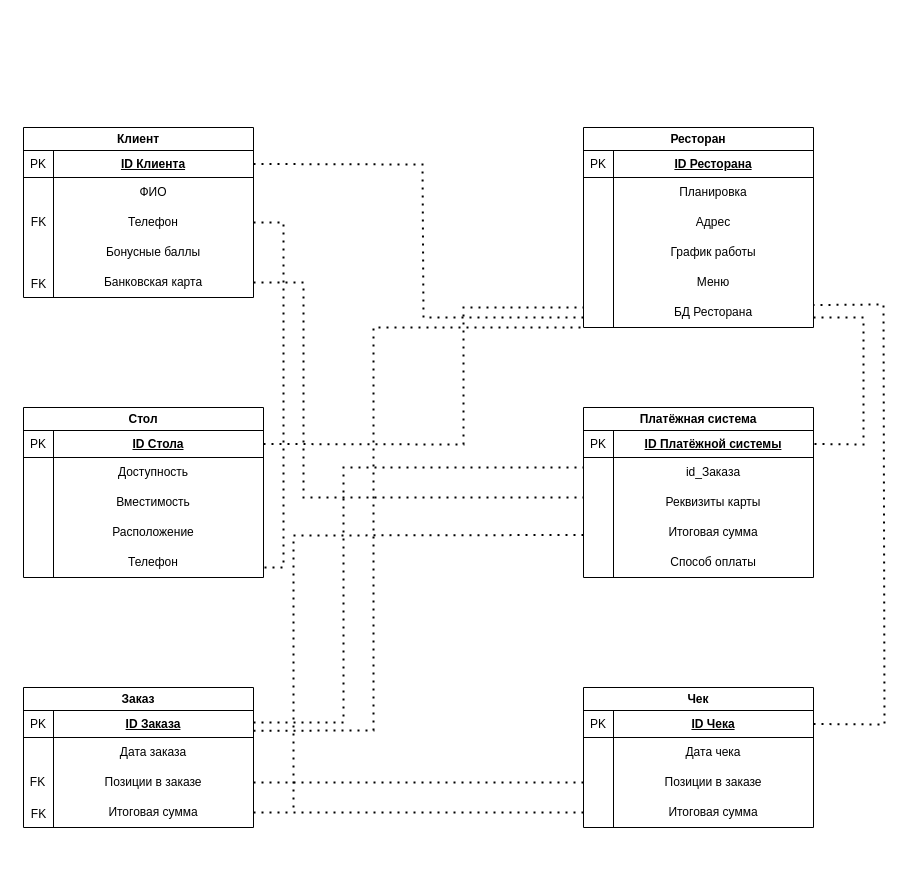
Crecker24/kursach keeps this draw.io diagram as Логическая диаграмма.drawio. Above is the earlier version. Source tidied: cells renumbered, new cells numbered last; positions are measured from the earlier drawing's top-left corner, leaving out a move shared by most shapes. Both pictures are drawn from the tidied source at 100%, with x=0, y=0 at pixel (17, 127).
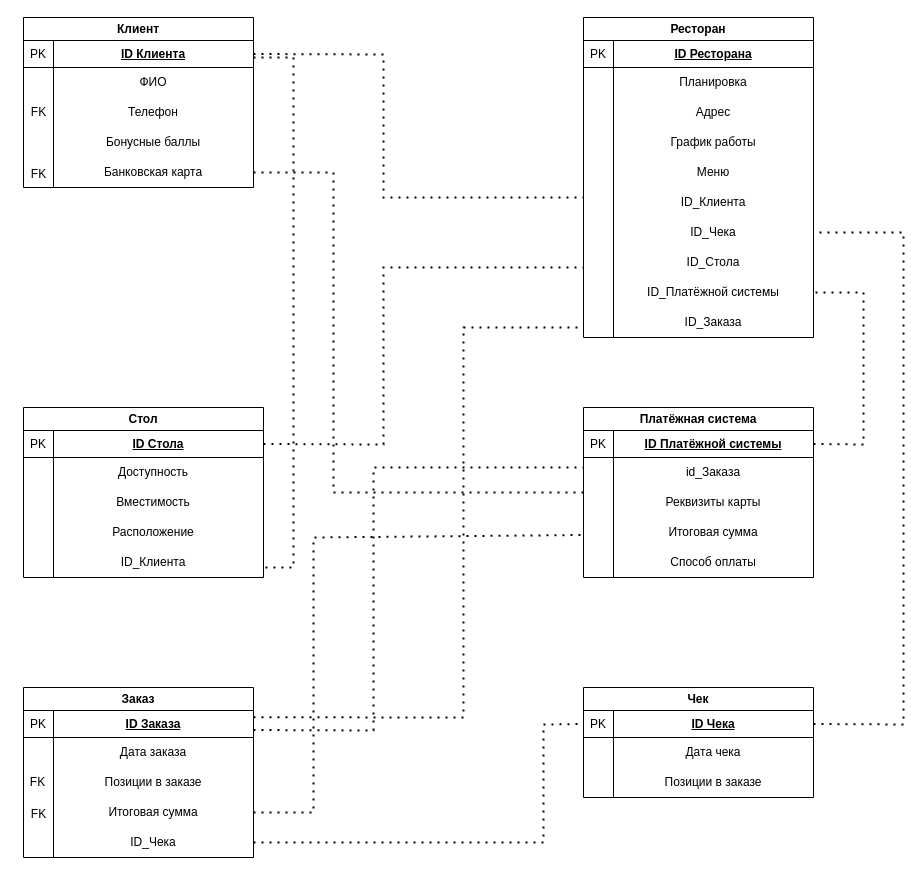
Above is the later version.

The change refers to these unchanged cells:
```xml
<mxCell id="3" value="&lt;u&gt;&lt;b&gt;ID Клиента&lt;/b&gt;&lt;/u&gt;" style="whiteSpace=wrap;html=1;strokeColor=default;" parent="2" vertex="1">
  <mxGeometry x="30" y="23" width="200" height="27" as="geometry" />
</mxCell>
<mxCell id="5" value="Телефон" style="text;html=1;align=center;verticalAlign=middle;whiteSpace=wrap;rounded=0;" parent="2" vertex="1">
  <mxGeometry x="30" y="80" width="200" height="30" as="geometry" />
</mxCell>
<mxCell id="7" value="Банковская карта" style="text;html=1;align=center;verticalAlign=middle;whiteSpace=wrap;rounded=0;" parent="2" vertex="1">
  <mxGeometry x="30" y="140" width="200" height="30" as="geometry" />
</mxCell>
<mxCell id="12" value="&lt;u&gt;&lt;b&gt;ID Заказа&lt;/b&gt;&lt;/u&gt;" style="whiteSpace=wrap;html=1;strokeColor=default;" parent="11" vertex="1">
  <mxGeometry x="30" y="23" width="200" height="27" as="geometry" />
</mxCell>
<mxCell id="14" value="Позиции в заказе" style="text;html=1;align=center;verticalAlign=middle;whiteSpace=wrap;rounded=0;" parent="11" vertex="1">
  <mxGeometry x="30" y="80" width="200" height="30" as="geometry" />
</mxCell>
<mxCell id="15" value="Итоговая сумма" style="text;html=1;align=center;verticalAlign=middle;whiteSpace=wrap;rounded=0;" parent="11" vertex="1">
  <mxGeometry x="30" y="110" width="200" height="30" as="geometry" />
</mxCell>
<mxCell id="16" value="PK" style="rounded=0;whiteSpace=wrap;html=1;" parent="1" vertex="1">
  <mxGeometry x="6" y="583" width="30" height="27" as="geometry" />
</mxCell>
<mxCell id="28" value="&lt;u&gt;&lt;b&gt;ID Чека&lt;/b&gt;&lt;/u&gt;" style="whiteSpace=wrap;html=1;strokeColor=default;" parent="27" vertex="1">
  <mxGeometry x="30" y="23" width="200" height="27" as="geometry" />
</mxCell>
<mxCell id="32" value="PK" style="rounded=0;whiteSpace=wrap;html=1;" parent="1" vertex="1">
  <mxGeometry x="566" y="583" width="30" height="27" as="geometry" />
</mxCell>
<mxCell id="34" value="Стол" style="swimlane;whiteSpace=wrap;html=1;" parent="1" vertex="1">
  <mxGeometry x="6" y="280" width="240" height="170" as="geometry" />
</mxCell>
<mxCell id="35" value="&lt;u&gt;&lt;b&gt;ID Стола&lt;/b&gt;&lt;/u&gt;" style="whiteSpace=wrap;html=1;strokeColor=default;" parent="34" vertex="1">
  <mxGeometry x="30" y="23" width="210" height="27" as="geometry" />
</mxCell>
<mxCell id="42" value="Платёжная система" style="swimlane;whiteSpace=wrap;html=1;" parent="1" vertex="1">
  <mxGeometry x="566" y="280" width="230" height="170" as="geometry" />
</mxCell>
<mxCell id="43" value="&lt;u&gt;&lt;b&gt;ID Платёжной системы&lt;/b&gt;&lt;/u&gt;" style="whiteSpace=wrap;html=1;strokeColor=default;" parent="42" vertex="1">
  <mxGeometry x="30" y="23" width="200" height="27" as="geometry" />
</mxCell>
```

Diff of the diagram source:
```diff
@@
     <mxCell id="2" value="Клиент" style="swimlane;whiteSpace=wrap;html=1;" parent="1" vertex="1">
-      <mxGeometry x="6" width="230" height="170" as="geometry" />
+      <mxGeometry x="6" y="-110" width="230" height="170" as="geometry" />
     </mxCell>
@@
     <mxCell id="9" value="PK" style="rounded=0;whiteSpace=wrap;html=1;" parent="1" vertex="1">
-      <mxGeometry x="6" y="23" width="30" height="27" as="geometry" />
+      <mxGeometry x="6" y="-87" width="30" height="27" as="geometry" />
     </mxCell>
     <mxCell id="10" style="endArrow=none;html=1;rounded=0;entryX=1;entryY=0;entryDx=0;entryDy=0;" parent="1" edge="1" target="9">
       <mxGeometry relative="1" as="geometry">
-        <mxPoint x="36" y="170" as="sourcePoint" />
+        <mxPoint x="36" y="60" as="sourcePoint" />
       </mxGeometry>
     </mxCell>
     <mxCell id="11" value="Заказ" style="swimlane;whiteSpace=wrap;html=1;" parent="1" vertex="1">
-      <mxGeometry x="6" y="560" width="230" height="140" as="geometry" />
+      <mxGeometry x="6" y="560" width="230" height="170" as="geometry" />
     </mxCell>
@@
+    <mxCell id="64" value="ID_Чека" style="text;html=1;align=center;verticalAlign=middle;whiteSpace=wrap;rounded=0;" parent="11" vertex="1">
+      <mxGeometry x="30" y="140" width="200" height="30" as="geometry" />
+    </mxCell>
@@
     <mxCell id="17" style="endArrow=none;html=1;rounded=0;entryX=1;entryY=0;entryDx=0;entryDy=0;" parent="1" edge="1" target="16">
       <mxGeometry relative="1" as="geometry">
-        <mxPoint x="36" y="700" as="sourcePoint" />
+        <mxPoint x="36" y="730" as="sourcePoint" />
       </mxGeometry>
     </mxCell>
     <mxCell id="18" value="Ресторан" style="swimlane;whiteSpace=wrap;html=1;" parent="1" vertex="1">
-      <mxGeometry x="566" width="230" height="200" as="geometry" />
+      <mxGeometry x="566" y="-110" width="230" height="320" as="geometry" />
     </mxCell>
@@
-    <mxCell id="24" value="БД Ресторана" style="text;html=1;align=center;verticalAlign=middle;whiteSpace=wrap;rounded=0;" parent="18" vertex="1">
-      <mxGeometry x="30" y="170" width="200" height="30" as="geometry" />
-    </mxCell>
+    <mxCell id="65" value="ID_Клиента" style="text;html=1;align=center;verticalAlign=middle;whiteSpace=wrap;rounded=0;" parent="18" vertex="1">
+      <mxGeometry x="30" y="170" width="200" height="30" as="geometry" />
+    </mxCell>
+    <mxCell id="66" value="ID_Платёжной системы" style="text;html=1;align=center;verticalAlign=middle;whiteSpace=wrap;rounded=0;" parent="18" vertex="1">
+      <mxGeometry x="30" y="260" width="200" height="30" as="geometry" />
+    </mxCell>
+    <mxCell id="67" value="ID_Стола" style="text;html=1;align=center;verticalAlign=middle;whiteSpace=wrap;rounded=0;" parent="18" vertex="1">
+      <mxGeometry x="30" y="230" width="200" height="30" as="geometry" />
+    </mxCell>
+    <mxCell id="68" value="ID_Чека" style="text;html=1;align=center;verticalAlign=middle;whiteSpace=wrap;rounded=0;" parent="18" vertex="1">
+      <mxGeometry x="30" y="200" width="200" height="30" as="geometry" />
+    </mxCell>
+    <mxCell id="69" value="ID_Заказа" style="text;html=1;align=center;verticalAlign=middle;whiteSpace=wrap;rounded=0;" parent="18" vertex="1">
+      <mxGeometry x="30" y="290" width="200" height="30" as="geometry" />
+    </mxCell>
     <mxCell id="25" value="PK" style="rounded=0;whiteSpace=wrap;html=1;" parent="1" vertex="1">
-      <mxGeometry x="566" y="23" width="30" height="27" as="geometry" />
+      <mxGeometry x="566" y="-87" width="30" height="27" as="geometry" />
     </mxCell>
     <mxCell id="26" style="endArrow=none;html=1;rounded=0;entryX=1;entryY=0;entryDx=0;entryDy=0;" parent="1" edge="1" target="25">
       <mxGeometry relative="1" as="geometry">
-        <mxPoint x="596" y="200" as="sourcePoint" />
+        <mxPoint x="596" y="210" as="sourcePoint" />
       </mxGeometry>
     </mxCell>
     <mxCell id="27" value="Чек" style="swimlane;whiteSpace=wrap;html=1;" parent="1" vertex="1">
-      <mxGeometry x="566" y="560" width="230" height="140" as="geometry" />
+      <mxGeometry x="566" y="560" width="230" height="110" as="geometry" />
     </mxCell>
@@
-    <mxCell id="31" value="Итоговая сумма" style="text;html=1;align=center;verticalAlign=middle;whiteSpace=wrap;rounded=0;" parent="27" vertex="1">
-      <mxGeometry x="30" y="110" width="200" height="30" as="geometry" />
-    </mxCell>
@@
     <mxCell id="33" style="endArrow=none;html=1;rounded=0;entryX=1;entryY=0;entryDx=0;entryDy=0;" parent="1" edge="1" target="32">
       <mxGeometry relative="1" as="geometry">
-        <mxPoint x="596" y="700" as="sourcePoint" />
+        <mxPoint x="596" y="670" as="sourcePoint" />
       </mxGeometry>
     </mxCell>
@@
-    <mxCell id="39" value="Телефон" style="text;html=1;align=center;verticalAlign=middle;whiteSpace=wrap;rounded=0;" parent="34" vertex="1">
+    <mxCell id="39" value="ID_Клиента" style="text;html=1;align=center;verticalAlign=middle;whiteSpace=wrap;rounded=0;" parent="34" vertex="1">
       <mxGeometry x="30" y="140" width="200" height="30" as="geometry" />
     </mxCell>
@@
-    <mxCell id="51" style="endArrow=none;dashed=1;html=1;dashPattern=1 3;strokeWidth=2;rounded=0;exitX=1;exitY=0.5;exitDx=0;exitDy=0;" parent="1" edge="1" source="15">
-      <mxGeometry relative="1" as="geometry">
-        <mxPoint x="566" y="685" as="targetPoint" />
-      </mxGeometry>
-    </mxCell>
-    <mxCell id="52" style="endArrow=none;dashed=1;html=1;dashPattern=1 3;strokeWidth=2;rounded=0;entryX=0;entryY=0.75;entryDx=0;entryDy=0;" parent="1" edge="1" target="42">
+    <mxCell id="52" style="endArrow=none;dashed=1;html=1;dashPattern=1 3;strokeWidth=2;rounded=0;entryX=0;entryY=0.75;entryDx=0;entryDy=0;exitX=1;exitY=0.5;exitDx=0;exitDy=0;" parent="1" edge="1" source="15" target="42">
       <mxGeometry relative="1" as="geometry">
-        <mxPoint x="276" y="680" as="sourcePoint" />
         <Array as="points">
-          <mxPoint x="276" y="408" />
+          <mxPoint x="296" y="685" />
+          <mxPoint x="296" y="410" />
         </Array>
       </mxGeometry>
     </mxCell>
-    <mxCell id="53" style="endArrow=none;dashed=1;html=1;dashPattern=1 3;strokeWidth=2;rounded=0;exitX=1;exitY=0.5;exitDx=0;exitDy=0;" parent="1" edge="1" source="5">
-      <mxGeometry relative="1" as="geometry">
-        <mxPoint x="246" y="440" as="targetPoint" />
-        <Array as="points">
-          <mxPoint x="266" y="95" />
-          <mxPoint x="266" y="440" />
-        </Array>
-      </mxGeometry>
-    </mxCell>
     <mxCell id="54" style="endArrow=none;dashed=1;html=1;dashPattern=1 3;strokeWidth=2;rounded=0;exitX=1;exitY=0.25;exitDx=0;exitDy=0;" parent="1" edge="1" source="11">
       <mxGeometry relative="1" as="geometry">
         <mxPoint x="566" y="340" as="targetPoint" />
         <Array as="points">
-          <mxPoint x="326" y="595" />
-          <mxPoint x="326" y="340" />
+          <mxPoint x="356" y="603" />
+          <mxPoint x="356" y="340" />
         </Array>
       </mxGeometry>
     </mxCell>
-    <mxCell id="55" style="endArrow=none;dashed=1;html=1;dashPattern=1 3;strokeWidth=2;rounded=0;exitX=1;exitY=0.5;exitDx=0;exitDy=0;" parent="1" edge="1" source="7">
+    <mxCell id="55" style="endArrow=none;dashed=1;html=1;dashPattern=1 3;strokeWidth=2;rounded=0;exitX=1;exitY=0.5;exitDx=0;exitDy=0;entryX=0;entryY=0.5;entryDx=0;entryDy=0;" parent="1" edge="1" source="7" target="42">
       <mxGeometry relative="1" as="geometry">
-        <mxPoint x="566" y="370" as="targetPoint" />
         <Array as="points">
-          <mxPoint x="286" y="155" />
-          <mxPoint x="286" y="370" />
+          <mxPoint x="316" y="45" />
+          <mxPoint x="316" y="365" />
         </Array>
       </mxGeometry>
     </mxCell>
     <mxCell id="56" value="FK" style="text;html=1;align=center;verticalAlign=middle;strokeColor=none;fillColor=none;" parent="1" vertex="1">
-      <mxGeometry x="1" y="142" width="40" height="30" as="geometry" />
+      <mxGeometry x="1" y="32" width="40" height="30" as="geometry" />
     </mxCell>
-    <mxCell id="57" style="endArrow=none;dashed=1;html=1;dashPattern=1 3;strokeWidth=2;rounded=0;exitX=1;exitY=0.5;exitDx=0;exitDy=0;" parent="1" edge="1" source="3">
-      <mxGeometry relative="1" as="geometry">
-        <mxPoint x="566" y="190" as="targetPoint" />
-        <Array as="points">
-          <mxPoint x="405" y="37" />
-          <mxPoint x="406" y="190" />
-        </Array>
-      </mxGeometry>
-    </mxCell>
-    <mxCell id="58" style="endArrow=none;dashed=1;html=1;dashPattern=1 3;strokeWidth=2;rounded=0;entryX=1;entryY=0.5;entryDx=0;entryDy=0;" parent="1" edge="1" target="43">
-      <mxGeometry relative="1" as="geometry">
-        <mxPoint x="796" y="190" as="sourcePoint" />
-        <Array as="points">
-          <mxPoint x="816" y="190" />
-          <mxPoint x="846" y="190" />
-          <mxPoint x="846" y="317" />
-        </Array>
-      </mxGeometry>
-    </mxCell>
@@
-    <mxCell id="60" style="endArrow=none;dashed=1;html=1;dashPattern=1 3;strokeWidth=2;rounded=0;exitX=1;exitY=0.5;exitDx=0;exitDy=0;" parent="1" edge="1" source="14">
-      <mxGeometry relative="1" as="geometry">
-        <mxPoint x="566" y="655" as="targetPoint" />
-      </mxGeometry>
-    </mxCell>
-    <mxCell id="61" style="endArrow=none;dashed=1;html=1;dashPattern=1 3;strokeWidth=2;rounded=0;exitX=1;exitY=0.5;exitDx=0;exitDy=0;entryX=1;entryY=0.25;entryDx=0;entryDy=0;" parent="1" edge="1" source="28" target="24">
-      <mxGeometry relative="1" as="geometry">
-        <Array as="points">
-          <mxPoint x="867" y="597" />
-          <mxPoint x="866" y="177" />
-        </Array>
-      </mxGeometry>
-    </mxCell>
-    <mxCell id="62" style="endArrow=none;dashed=1;html=1;dashPattern=1 3;strokeWidth=2;rounded=0;exitX=1;exitY=0.5;exitDx=0;exitDy=0;" parent="1" edge="1" source="35">
-      <mxGeometry relative="1" as="geometry">
-        <mxPoint x="566" y="180" as="targetPoint" />
-        <Array as="points">
-          <mxPoint x="446" y="317" />
-          <mxPoint x="446" y="180" />
-        </Array>
-      </mxGeometry>
-    </mxCell>
-    <mxCell id="63" style="endArrow=none;dashed=1;html=1;dashPattern=1 3;strokeWidth=2;rounded=0;exitX=1;exitY=0.75;exitDx=0;exitDy=0;entryX=0;entryY=1;entryDx=0;entryDy=0;" parent="1" edge="1" source="12" target="18">
-      <mxGeometry relative="1" as="geometry">
-        <Array as="points">
-          <mxPoint x="356" y="603" />
-          <mxPoint x="356" y="200" />
-        </Array>
-      </mxGeometry>
-    </mxCell>
+    <mxCell id="70" style="endArrow=none;dashed=1;html=1;dashPattern=1 3;strokeWidth=2;rounded=0;exitX=1;exitY=0.5;exitDx=0;exitDy=0;" parent="1" edge="1" source="3">
+      <mxGeometry relative="1" as="geometry">
+        <mxPoint x="566" y="70" as="targetPoint" />
+        <Array as="points">
+          <mxPoint x="366" y="-73" />
+          <mxPoint x="366" y="70" />
+        </Array>
+      </mxGeometry>
+    </mxCell>
+    <mxCell id="71" style="endArrow=none;dashed=1;html=1;dashPattern=1 3;strokeWidth=2;rounded=0;" parent="1" edge="1">
+      <mxGeometry relative="1" as="geometry">
+        <mxPoint x="236" y="-70" as="sourcePoint" />
+        <mxPoint x="246" y="440" as="targetPoint" />
+        <Array as="points">
+          <mxPoint x="276" y="-70" />
+          <mxPoint x="276" y="440" />
+        </Array>
+      </mxGeometry>
+    </mxCell>
+    <mxCell id="72" style="endArrow=none;dashed=1;html=1;dashPattern=1 3;strokeWidth=2;rounded=0;exitX=1;exitY=0.25;exitDx=0;exitDy=0;" parent="1" edge="1" source="12">
+      <mxGeometry relative="1" as="geometry">
+        <mxPoint x="566" y="200" as="targetPoint" />
+        <Array as="points">
+          <mxPoint x="446" y="590" />
+          <mxPoint x="446" y="200" />
+        </Array>
+      </mxGeometry>
+    </mxCell>
+    <mxCell id="73" style="endArrow=none;dashed=1;html=1;dashPattern=1 3;strokeWidth=2;rounded=0;entryX=0;entryY=0.5;entryDx=0;entryDy=0;exitX=1;exitY=0.5;exitDx=0;exitDy=0;" parent="1" edge="1" source="64" target="32">
+      <mxGeometry relative="1" as="geometry">
+        <Array as="points">
+          <mxPoint x="526" y="715" />
+          <mxPoint x="526" y="597" />
+        </Array>
+      </mxGeometry>
+    </mxCell>
+    <mxCell id="74" style="endArrow=none;dashed=1;html=1;dashPattern=1 3;strokeWidth=2;rounded=0;exitX=1;exitY=0.5;exitDx=0;exitDy=0;entryX=1;entryY=0.5;entryDx=0;entryDy=0;" parent="1" edge="1" source="43" target="66">
+      <mxGeometry relative="1" as="geometry">
+        <Array as="points">
+          <mxPoint x="846" y="317" />
+          <mxPoint x="846" y="165" />
+        </Array>
+      </mxGeometry>
+    </mxCell>
+    <mxCell id="75" style="endArrow=none;dashed=1;html=1;dashPattern=1 3;strokeWidth=2;rounded=0;exitX=1;exitY=0.5;exitDx=0;exitDy=0;entryX=1;entryY=0.5;entryDx=0;entryDy=0;" parent="1" edge="1" source="28" target="68">
+      <mxGeometry relative="1" as="geometry">
+        <Array as="points">
+          <mxPoint x="886" y="597" />
+          <mxPoint x="886" y="105" />
+        </Array>
+      </mxGeometry>
+    </mxCell>
+    <mxCell id="76" style="endArrow=none;dashed=1;html=1;dashPattern=1 3;strokeWidth=2;rounded=0;exitX=1;exitY=0.5;exitDx=0;exitDy=0;" parent="1" edge="1" source="35">
+      <mxGeometry relative="1" as="geometry">
+        <mxPoint x="566" y="140" as="targetPoint" />
+        <Array as="points">
+          <mxPoint x="366" y="317" />
+          <mxPoint x="366" y="140" />
+        </Array>
+      </mxGeometry>
+    </mxCell>
```
